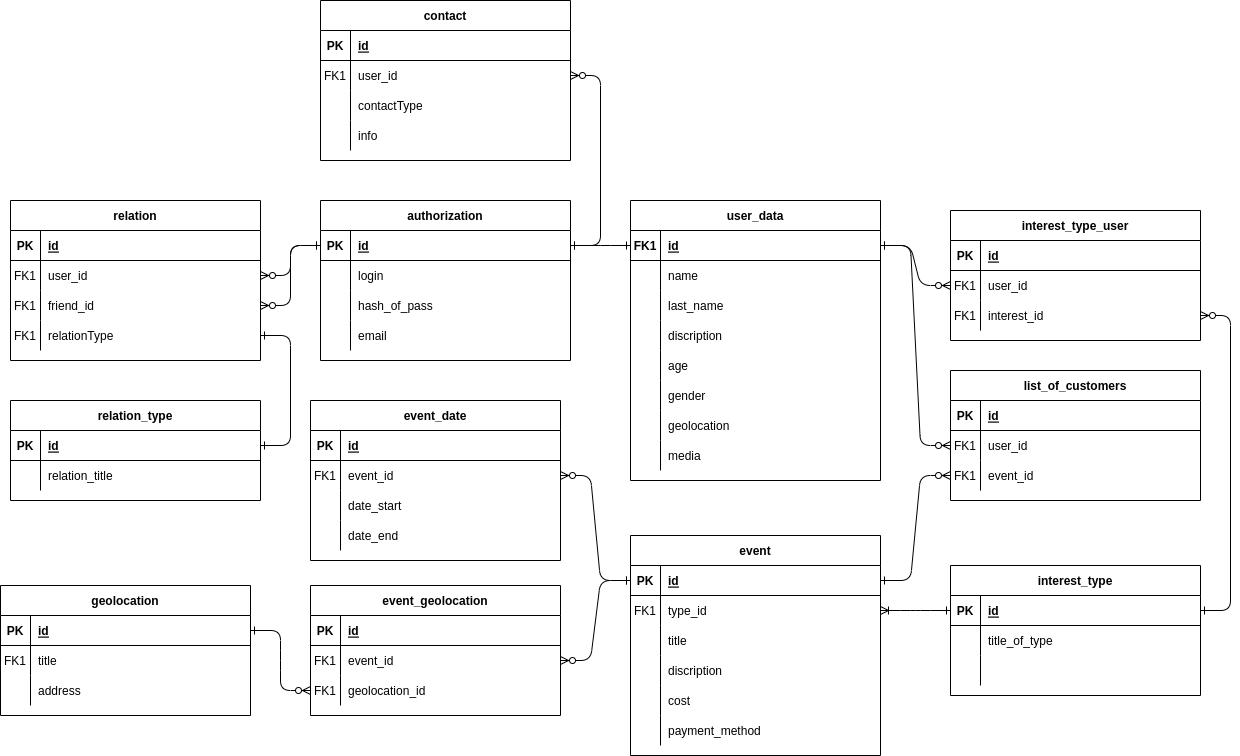
Above: dataAboutDB/DBForInternship.drawio.png in krilop/PFP-PeopleForPeople (draw.io), before the change. Source tidied: cells renumbered, new cells last; positions are measured from the earlier drawing's top-left corner, leaving out a move shared by most shapes.
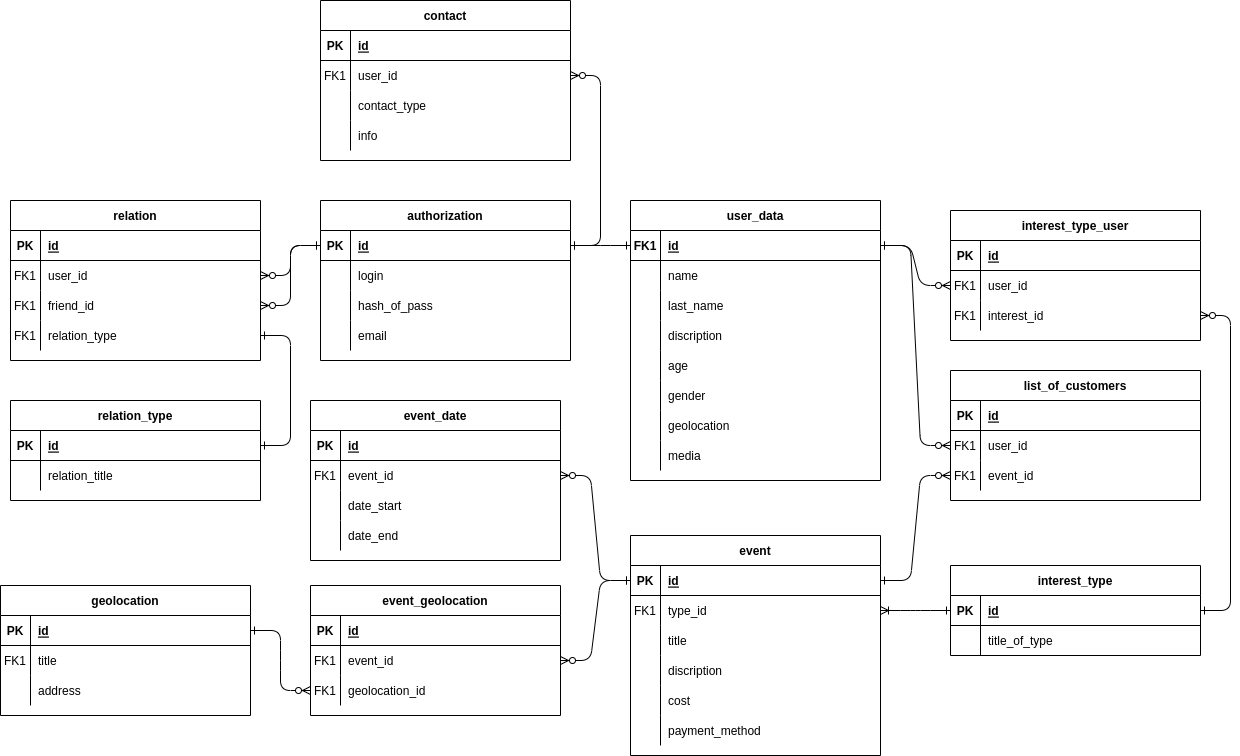
Later version of the same file.

Change to the diagram source:
```diff
@@ -75,7 +75,7 @@
       <mxGeometry x="30" width="220" height="30" as="geometry" />
     </mxCell>
     <mxCell id="26" value="interest_type" style="shape=table;startSize=30;rowLines=0;fontStyle=1;align=center;" parent="1" vertex="1">
-      <mxGeometry x="950" y="565" width="250" height="130" as="geometry" />
+      <mxGeometry x="950" y="565" width="250" height="90" as="geometry" />
     </mxCell>
     <mxCell id="27" style="shape=partialRectangle;fillColor=none;points=[[0,0.5],[1,0.5]];portConstraint=eastwest;top=0;left=0;right=0;bottom=1;" parent="26" vertex="1">
       <mxGeometry y="30" width="250" height="30" as="geometry" />
@@ -95,15 +95,6 @@
     <mxCell id="32" value="title_of_type" style="shape=partialRectangle;overflow=hidden;fillColor=none;top=0;left=0;bottom=0;right=0;align=left;spacingLeft=6;" parent="30" vertex="1">
       <mxGeometry x="30" width="220" height="30" as="geometry" />
     </mxCell>
-    <mxCell id="33" style="shape=partialRectangle;fillColor=none;top=0;left=0;right=0;bottom=0;" parent="26" vertex="1">
-      <mxGeometry y="90" width="250" height="30" as="geometry" />
-    </mxCell>
-    <mxCell id="34" style="shape=partialRectangle;overflow=hidden;fillColor=none;top=0;left=0;bottom=0;right=0;" parent="33" vertex="1">
-      <mxGeometry width="30" height="30" as="geometry" />
-    </mxCell>
-    <mxCell id="35" style="shape=partialRectangle;overflow=hidden;fillColor=none;top=0;left=0;bottom=0;right=0;align=left;spacingLeft=6;" parent="33" vertex="1">
-      <mxGeometry x="30" width="220" height="30" as="geometry" />
-    </mxCell>
     <mxCell id="36" value="event" style="shape=table;startSize=30;rowLines=0;fontStyle=1;align=center;" parent="1" vertex="1">
       <mxGeometry x="630" y="535" width="250" height="220" as="geometry" />
     </mxCell>
@@ -197,7 +188,7 @@
     <mxCell id="66" value="FK1" style="shape=partialRectangle;overflow=hidden;fillColor=none;top=0;left=0;bottom=0;right=0;" parent="65" vertex="1">
       <mxGeometry width="30" height="30" as="geometry" />
     </mxCell>
-    <mxCell id="67" value="relationType" style="shape=partialRectangle;overflow=hidden;fillColor=none;top=0;left=0;bottom=0;right=0;align=left;spacingLeft=6;" parent="65" vertex="1">
+    <mxCell id="67" value="relation_type" style="shape=partialRectangle;overflow=hidden;fillColor=none;top=0;left=0;bottom=0;right=0;align=left;spacingLeft=6;" parent="65" vertex="1">
       <mxGeometry x="30" width="220" height="30" as="geometry" />
     </mxCell>
     <mxCell id="68" style="edgeStyle=entityRelationEdgeStyle;rounded=1;jettySize=auto;html=1;exitX=0;exitY=0.5;exitDx=0;exitDy=0;entryX=1;entryY=0.5;entryDx=0;entryDy=0;strokeColor=default;align=center;verticalAlign=middle;fontFamily=Helvetica;fontSize=11;fontColor=default;labelBackgroundColor=default;startArrow=ERone;startFill=0;endArrow=ERzeroToMany;endFill=1;" parent="1" edge="1" source="14" target="59">
@@ -387,7 +378,7 @@
     <mxCell id="128" style="shape=partialRectangle;overflow=hidden;fillColor=none;top=0;left=0;bottom=0;right=0;" parent="127" vertex="1">
       <mxGeometry width="30" height="30" as="geometry" />
     </mxCell>
-    <mxCell id="129" value="contactType" style="shape=partialRectangle;overflow=hidden;fillColor=none;top=0;left=0;bottom=0;right=0;align=left;spacingLeft=6;" parent="127" vertex="1">
+    <mxCell id="129" value="contact_type" style="shape=partialRectangle;overflow=hidden;fillColor=none;top=0;left=0;bottom=0;right=0;align=left;spacingLeft=6;" parent="127" vertex="1">
       <mxGeometry x="30" width="220" height="30" as="geometry" />
     </mxCell>
     <mxCell id="130" style="shape=partialRectangle;fillColor=none;top=0;left=0;right=0;bottom=0;" parent="120" vertex="1">
```
